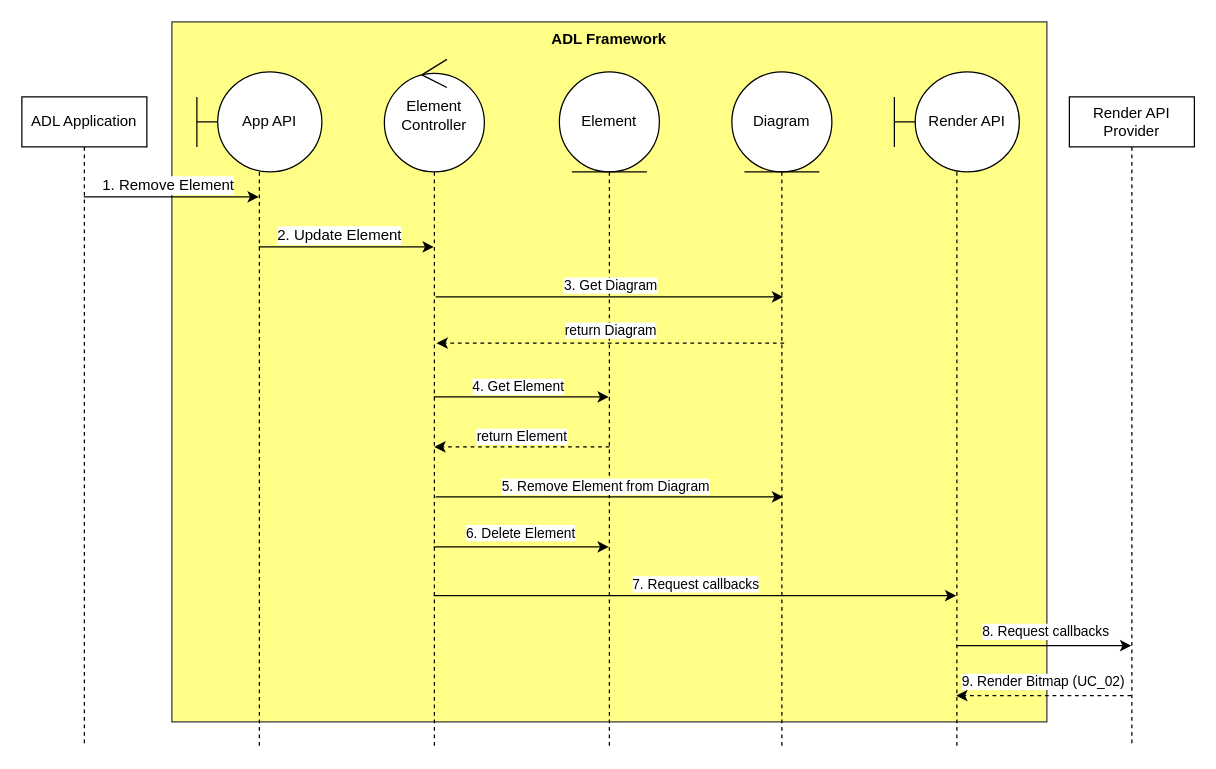
phunm211/SW-Associate-Architecture keeps this draw.io diagram as RemoveElement.drawio. Above is the earlier version. Source tidied: cells renumbered, new cells numbered last; positions are measured from the earlier drawing's top-left corner, leaving out a move shared by most shapes. Both pictures are drawn from the tidied source at 125%, with x=0, y=0 at pixel (21, 21).
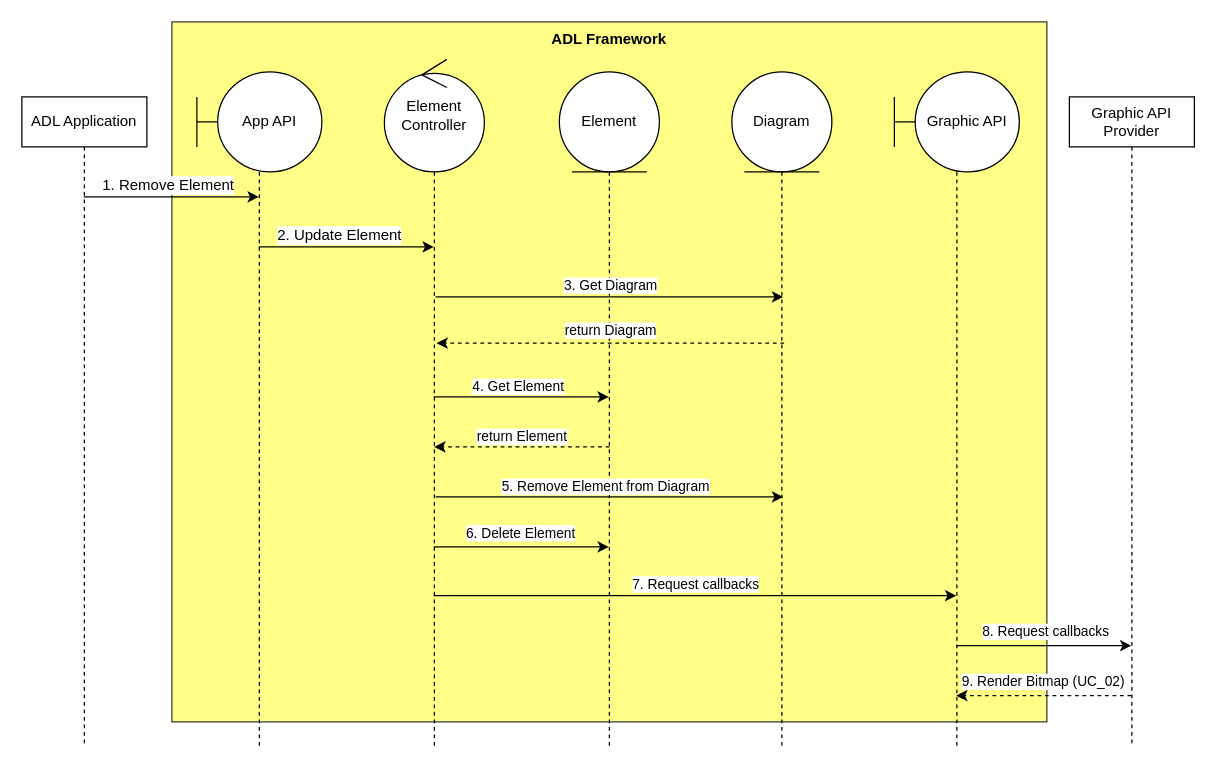
The same diagram, later.

Change to the diagram source:
```diff
@@
-    <mxCell id="26" value="Render API Provider" style="shape=umlLifeline;perimeter=lifelinePerimeter;whiteSpace=wrap;html=1;newEdgeStyle={&quot;curved&quot;:0,&quot;rounded&quot;:0};" parent="1" vertex="1">
+    <mxCell id="26" value="Graphic API Provider" style="shape=umlLifeline;perimeter=lifelinePerimeter;whiteSpace=wrap;html=1;newEdgeStyle={&quot;curved&quot;:0,&quot;rounded&quot;:0};" parent="1" vertex="1">
       <mxGeometry x="838" y="60" width="100" height="520" as="geometry" />
     </mxCell>
@@
-    <mxCell id="29" value="&amp;nbsp; &amp;nbsp; &amp;nbsp;Render API" style="shape=umlLifeline;perimeter=lifelinePerimeter;whiteSpace=wrap;html=1;newEdgeStyle={&quot;curved&quot;:0,&quot;rounded&quot;:0};participant=umlBoundary;size=80;" parent="1" vertex="1">
+    <mxCell id="29" value="&amp;nbsp; &amp;nbsp; &amp;nbsp;Graphic API" style="shape=umlLifeline;perimeter=lifelinePerimeter;whiteSpace=wrap;html=1;newEdgeStyle={&quot;curved&quot;:0,&quot;rounded&quot;:0};participant=umlBoundary;size=80;" parent="1" vertex="1">
       <mxGeometry x="698" y="40" width="100" height="540" as="geometry" />
     </mxCell>
```
